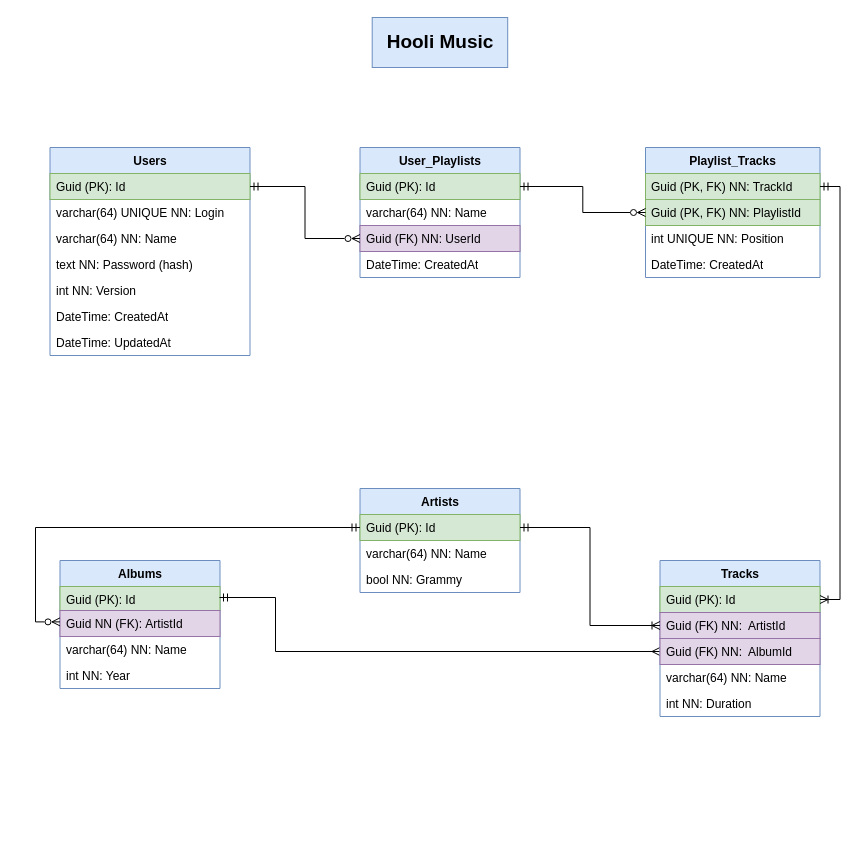
The draw.io diagram Hooli_Music.drawio in Nikolas321654/Hooli_library, before the edit. Source tidied: cells renumbered, new cells numbered last; positions are measured from the earlier drawing's top-left corner, leaving out a move shared by most shapes. Both pictures are drawn from the tidied source at 100%, with x=0, y=0 at pixel (35, 17).
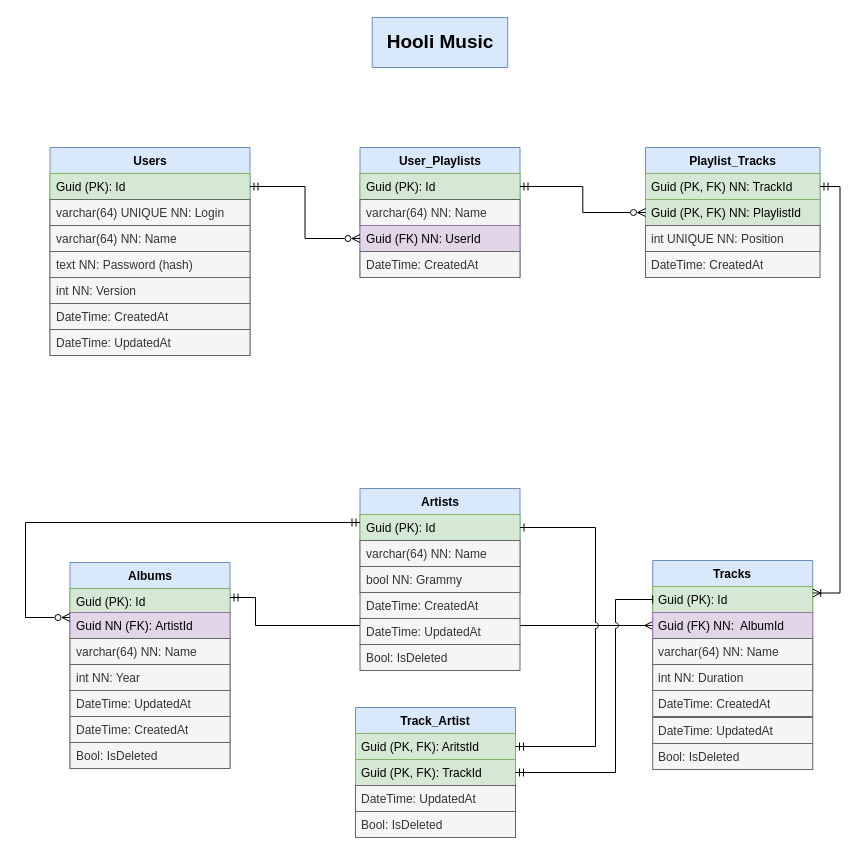
The same page after the edit.

Unchanged cells that the change refers to:
```xml
<mxCell id="2" value="&lt;b&gt;Users&lt;/b&gt;" style="swimlane;fontStyle=1;align=center;verticalAlign=top;horizontal=1;startSize=26;whiteSpace=wrap;html=1;fillColor=#dae8fc;strokeColor=#6c8ebf;" parent="1" vertex="1">
  <mxGeometry x="14.5" y="130" width="200" height="208" as="geometry" />
</mxCell>
<mxCell id="3" value="Guid (PK): Id" style="text;strokeColor=#82b366;fillColor=#d5e8d4;align=left;verticalAlign=top;spacingLeft=4;spacingRight=4;overflow=hidden;points=[[0,0.5],[1,0.5]];portConstraint=eastwest;whiteSpace=wrap;html=1;" parent="2" vertex="1">
  <mxGeometry y="26" width="200" height="26" as="geometry" />
</mxCell>
<mxCell id="11" value="Guid (PK): Id" style="text;strokeColor=#82b366;fillColor=#d5e8d4;align=left;verticalAlign=top;spacingLeft=4;spacingRight=4;overflow=hidden;points=[[0,0.5],[1,0.5]];portConstraint=eastwest;whiteSpace=wrap;html=1;" parent="10" vertex="1">
  <mxGeometry y="26" width="160" height="24" as="geometry" />
</mxCell>
<mxCell id="12" value="Guid NN&amp;nbsp;(FK):&amp;nbsp;ArtistId" style="text;strokeColor=#9673a6;fillColor=#e1d5e7;align=left;verticalAlign=top;spacingLeft=4;spacingRight=4;overflow=hidden;points=[[0,0.5],[1,0.5]];portConstraint=eastwest;whiteSpace=wrap;html=1;" parent="10" vertex="1">
  <mxGeometry y="50" width="160" height="26" as="geometry" />
</mxCell>
<mxCell id="15" value="&lt;b&gt;Artists&lt;/b&gt;" style="swimlane;fontStyle=1;align=center;verticalAlign=top;horizontal=1;startSize=26;whiteSpace=wrap;html=1;fillColor=#dae8fc;strokeColor=#6c8ebf;" parent="1" vertex="1">
  <mxGeometry x="324.5" y="471" width="160" height="104" as="geometry" />
</mxCell>
<mxCell id="16" value="Guid (PK): Id" style="text;strokeColor=#82b366;fillColor=#d5e8d4;align=left;verticalAlign=top;spacingLeft=4;spacingRight=4;overflow=hidden;points=[[0,0.5],[1,0.5]];portConstraint=eastwest;whiteSpace=wrap;html=1;" parent="15" vertex="1">
  <mxGeometry y="26" width="160" height="26" as="geometry" />
</mxCell>
<mxCell id="21" value="Guid (PK): Id" style="text;strokeColor=#82b366;fillColor=#d5e8d4;align=left;verticalAlign=top;spacingLeft=4;spacingRight=4;overflow=hidden;points=[[0,0.5],[1,0.5]];portConstraint=eastwest;whiteSpace=wrap;html=1;" parent="20" vertex="1">
  <mxGeometry y="26" width="160" height="26" as="geometry" />
</mxCell>
<mxCell id="26" value="&lt;b&gt;User&lt;/b&gt;&lt;span style=&quot;font-weight: normal;&quot;&gt;_&lt;/span&gt;&lt;b&gt;Playlists&lt;/b&gt;" style="swimlane;fontStyle=1;align=center;verticalAlign=top;horizontal=1;startSize=26;whiteSpace=wrap;html=1;fillColor=#dae8fc;strokeColor=#6c8ebf;" parent="1" vertex="1">
  <mxGeometry x="324.5" y="130" width="160" height="130" as="geometry" />
</mxCell>
<mxCell id="27" value="Guid (PK): Id" style="text;strokeColor=#82b366;fillColor=#d5e8d4;align=left;verticalAlign=top;spacingLeft=4;spacingRight=4;overflow=hidden;points=[[0,0.5],[1,0.5]];portConstraint=eastwest;whiteSpace=wrap;html=1;" parent="26" vertex="1">
  <mxGeometry y="26" width="160" height="26" as="geometry" />
</mxCell>
<mxCell id="29" value="Guid (FK) NN: UserId" style="text;strokeColor=#9673a6;fillColor=#e1d5e7;align=left;verticalAlign=top;spacingLeft=4;spacingRight=4;overflow=hidden;points=[[0,0.5],[1,0.5]];portConstraint=eastwest;whiteSpace=wrap;html=1;" parent="26" vertex="1">
  <mxGeometry y="78" width="160" height="26" as="geometry" />
</mxCell>
<mxCell id="32" value="Guid (PK, FK) NN: TrackId" style="text;strokeColor=#82b366;fillColor=#d5e8d4;align=left;verticalAlign=top;spacingLeft=4;spacingRight=4;overflow=hidden;points=[[0,0.5],[1,0.5]];portConstraint=eastwest;whiteSpace=wrap;html=1;" parent="31" vertex="1">
  <mxGeometry y="26" width="174.5" height="26" as="geometry" />
</mxCell>
<mxCell id="33" value="Guid (PK, FK) NN: PlaylistId" style="text;strokeColor=#82b366;fillColor=#d5e8d4;align=left;verticalAlign=top;spacingLeft=4;spacingRight=4;overflow=hidden;points=[[0,0.5],[1,0.5]];portConstraint=eastwest;whiteSpace=wrap;html=1;" parent="31" vertex="1">
  <mxGeometry y="52" width="174.5" height="26" as="geometry" />
</mxCell>
```

The edit, as a diff of the source:
```diff
@@
-    <mxCell id="4" value="varchar(64)&amp;nbsp;UNIQUE NN: Login" style="text;strokeColor=none;fillColor=none;align=left;verticalAlign=top;spacingLeft=4;spacingRight=4;overflow=hidden;whiteSpace=wrap;html=1;" parent="2" vertex="1">
+    <mxCell id="4" value="varchar(64)&amp;nbsp;UNIQUE NN: Login" style="text;align=left;verticalAlign=top;spacingLeft=4;spacingRight=4;overflow=hidden;whiteSpace=wrap;html=1;fillColor=#f5f5f5;fontColor=#333333;strokeColor=#666666;" parent="2" vertex="1">
       <mxGeometry y="52" width="200" height="26" as="geometry" />
     </mxCell>
-    <mxCell id="5" value="varchar(64) NN: Name" style="text;strokeColor=none;fillColor=none;align=left;verticalAlign=top;spacingLeft=4;spacingRight=4;overflow=hidden;whiteSpace=wrap;html=1;" parent="2" vertex="1">
+    <mxCell id="5" value="varchar(64) NN: Name" style="text;align=left;verticalAlign=top;spacingLeft=4;spacingRight=4;overflow=hidden;whiteSpace=wrap;html=1;fillColor=#f5f5f5;fontColor=#333333;strokeColor=#666666;" parent="2" vertex="1">
       <mxGeometry y="78" width="200" height="26" as="geometry" />
     </mxCell>
-    <mxCell id="6" value="text NN: Password (hash)" style="text;strokeColor=none;fillColor=none;align=left;verticalAlign=top;spacingLeft=4;spacingRight=4;overflow=hidden;whiteSpace=wrap;html=1;" parent="2" vertex="1">
+    <mxCell id="6" value="text NN: Password (hash)" style="text;align=left;verticalAlign=top;spacingLeft=4;spacingRight=4;overflow=hidden;whiteSpace=wrap;html=1;fillColor=#f5f5f5;fontColor=#333333;strokeColor=#666666;" parent="2" vertex="1">
       <mxGeometry y="104" width="200" height="26" as="geometry" />
     </mxCell>
-    <mxCell id="7" value="int NN: Version" style="text;strokeColor=none;fillColor=none;align=left;verticalAlign=top;spacingLeft=4;spacingRight=4;overflow=hidden;whiteSpace=wrap;html=1;" parent="2" vertex="1">
+    <mxCell id="7" value="int NN: Version" style="text;align=left;verticalAlign=top;spacingLeft=4;spacingRight=4;overflow=hidden;whiteSpace=wrap;html=1;fillColor=#f5f5f5;fontColor=#333333;strokeColor=#666666;" parent="2" vertex="1">
       <mxGeometry y="130" width="200" height="26" as="geometry" />
     </mxCell>
-    <mxCell id="8" value="DateTime: CreatedAt" style="text;strokeColor=none;fillColor=none;align=left;verticalAlign=top;spacingLeft=4;spacingRight=4;overflow=hidden;whiteSpace=wrap;html=1;" parent="2" vertex="1">
+    <mxCell id="8" value="DateTime: CreatedAt" style="text;align=left;verticalAlign=top;spacingLeft=4;spacingRight=4;overflow=hidden;whiteSpace=wrap;html=1;fillColor=#f5f5f5;fontColor=#333333;strokeColor=#666666;" parent="2" vertex="1">
       <mxGeometry y="156" width="200" height="26" as="geometry" />
     </mxCell>
-    <mxCell id="9" value="DateTime: UpdatedAt" style="text;strokeColor=none;fillColor=none;align=left;verticalAlign=top;spacingLeft=4;spacingRight=4;overflow=hidden;whiteSpace=wrap;html=1;" parent="2" vertex="1">
+    <mxCell id="9" value="DateTime: UpdatedAt" style="text;align=left;verticalAlign=top;spacingLeft=4;spacingRight=4;overflow=hidden;whiteSpace=wrap;html=1;fillColor=#f5f5f5;fontColor=#333333;strokeColor=#666666;" parent="2" vertex="1">
       <mxGeometry y="182" width="200" height="26" as="geometry" />
     </mxCell>
     <mxCell id="10" value="&lt;b&gt;Albums&lt;/b&gt;" style="swimlane;fontStyle=1;align=center;verticalAlign=top;horizontal=1;startSize=26;whiteSpace=wrap;html=1;fillColor=#dae8fc;strokeColor=#6c8ebf;" parent="1" vertex="1">
-      <mxGeometry x="24.5" y="543" width="160" height="128" as="geometry" />
+      <mxGeometry x="34.5" y="545" width="160" height="206" as="geometry" />
     </mxCell>
@@
-    <mxCell id="13" value="varchar(64) NN: Name" style="text;strokeColor=none;fillColor=none;align=left;verticalAlign=top;spacingLeft=4;spacingRight=4;overflow=hidden;whiteSpace=wrap;html=1;" parent="10" vertex="1">
+    <mxCell id="13" value="varchar(64) NN: Name" style="text;align=left;verticalAlign=top;spacingLeft=4;spacingRight=4;overflow=hidden;whiteSpace=wrap;html=1;fillColor=#f5f5f5;fontColor=#333333;strokeColor=#666666;" parent="10" vertex="1">
       <mxGeometry y="76" width="160" height="26" as="geometry" />
     </mxCell>
-    <mxCell id="14" value="int NN: Year" style="text;strokeColor=none;fillColor=none;align=left;verticalAlign=top;spacingLeft=4;spacingRight=4;overflow=hidden;whiteSpace=wrap;html=1;" parent="10" vertex="1">
+    <mxCell id="14" value="int NN: Year" style="text;align=left;verticalAlign=top;spacingLeft=4;spacingRight=4;overflow=hidden;whiteSpace=wrap;html=1;fillColor=#f5f5f5;fontColor=#333333;strokeColor=#666666;" parent="10" vertex="1">
       <mxGeometry y="102" width="160" height="26" as="geometry" />
     </mxCell>
+    <mxCell id="42" value="DateTime: UpdatedAt" style="text;align=left;verticalAlign=top;spacingLeft=4;spacingRight=4;overflow=hidden;whiteSpace=wrap;html=1;fillColor=#f5f5f5;fontColor=#333333;strokeColor=#666666;" parent="10" vertex="1">
+      <mxGeometry y="128" width="160" height="26" as="geometry" />
+    </mxCell>
+    <mxCell id="43" value="DateTime: CreatedAt" style="text;align=left;verticalAlign=top;spacingLeft=4;spacingRight=4;overflow=hidden;whiteSpace=wrap;html=1;fillColor=#f5f5f5;fontColor=#333333;strokeColor=#666666;" parent="10" vertex="1">
+      <mxGeometry y="154" width="160" height="26" as="geometry" />
+    </mxCell>
+    <mxCell id="44" value="Bool: IsDeleted" style="text;align=left;verticalAlign=top;spacingLeft=4;spacingRight=4;overflow=hidden;whiteSpace=wrap;html=1;fillColor=#f5f5f5;fontColor=#333333;strokeColor=#666666;" parent="10" vertex="1">
+      <mxGeometry y="180" width="160" height="26" as="geometry" />
+    </mxCell>
@@
-    <mxCell id="17" value="varchar(64) NN: Name" style="text;strokeColor=none;fillColor=none;align=left;verticalAlign=top;spacingLeft=4;spacingRight=4;overflow=hidden;whiteSpace=wrap;html=1;" parent="15" vertex="1">
+    <mxCell id="17" value="varchar(64) NN: Name" style="text;strokeColor=#666666;fillColor=#f5f5f5;align=left;verticalAlign=top;spacingLeft=4;spacingRight=4;overflow=hidden;whiteSpace=wrap;html=1;fontColor=#333333;" parent="15" vertex="1">
       <mxGeometry y="52" width="160" height="26" as="geometry" />
     </mxCell>
-    <mxCell id="18" value="bool NN: Grammy" style="text;strokeColor=none;fillColor=none;align=left;verticalAlign=top;spacingLeft=4;spacingRight=4;overflow=hidden;whiteSpace=wrap;html=1;" parent="15" vertex="1">
+    <mxCell id="18" value="bool NN: Grammy" style="text;strokeColor=#666666;fillColor=#f5f5f5;align=left;verticalAlign=top;spacingLeft=4;spacingRight=4;overflow=hidden;whiteSpace=wrap;html=1;fontColor=#333333;" parent="15" vertex="1">
       <mxGeometry y="78" width="160" height="26" as="geometry" />
     </mxCell>
-    <mxCell id="19" style="edgeStyle=orthogonalEdgeStyle;rounded=0;jettySize=auto;html=1;exitX=0;exitY=0.5;exitDx=0;exitDy=0;startArrow=ERmany;startFill=0;endArrow=ERmandOne;endFill=0;" parent="1" edge="1" source="23">
+    <mxCell id="19" style="edgeStyle=orthogonalEdgeStyle;rounded=0;jettySize=auto;html=1;exitX=0;exitY=0.5;exitDx=0;exitDy=0;startArrow=ERmany;startFill=0;endArrow=ERmandOne;endFill=0;jumpStyle=arc;" parent="1" edge="1" source="23" target="11">
       <mxGeometry relative="1" as="geometry">
-        <mxPoint x="184" y="580" as="targetPoint" />
         <Array as="points">
-          <mxPoint x="240" y="634" />
-          <mxPoint x="240" y="580" />
-          <mxPoint x="185" y="580" />
+          <mxPoint x="220" y="608" />
+          <mxPoint x="220" y="580" />
         </Array>
       </mxGeometry>
     </mxCell>
     <mxCell id="20" value="&lt;b&gt;Tracks&lt;/b&gt;" style="swimlane;fontStyle=1;align=center;verticalAlign=top;horizontal=1;startSize=26;whiteSpace=wrap;html=1;fillColor=#dae8fc;strokeColor=#6c8ebf;" parent="1" vertex="1">
-      <mxGeometry x="624.5" y="543" width="160" height="156" as="geometry" />
+      <mxGeometry x="617.2" y="543" width="160" height="130" as="geometry" />
     </mxCell>
@@
-    <mxCell id="22" value="Guid (FK) NN:&amp;nbsp; ArtistId" style="text;strokeColor=#9673a6;fillColor=#e1d5e7;align=left;verticalAlign=top;spacingLeft=4;spacingRight=4;overflow=hidden;points=[[0,0.5],[1,0.5]];portConstraint=eastwest;whiteSpace=wrap;html=1;" parent="20" vertex="1">
-      <mxGeometry y="52" width="160" height="26" as="geometry" />
-    </mxCell>
     <mxCell id="23" value="Guid (FK) NN:&amp;nbsp; AlbumId" style="text;strokeColor=#9673a6;fillColor=#e1d5e7;align=left;verticalAlign=top;spacingLeft=4;spacingRight=4;overflow=hidden;points=[[0,0.5],[1,0.5]];portConstraint=eastwest;whiteSpace=wrap;html=1;" parent="20" vertex="1">
-      <mxGeometry y="78" width="160" height="26" as="geometry" />
+      <mxGeometry y="52" width="160" height="26" as="geometry" />
     </mxCell>
-    <mxCell id="24" value="varchar(64) NN: Name" style="text;strokeColor=none;fillColor=none;align=left;verticalAlign=top;spacingLeft=4;spacingRight=4;overflow=hidden;whiteSpace=wrap;html=1;" parent="20" vertex="1">
-      <mxGeometry y="104" width="160" height="26" as="geometry" />
+    <mxCell id="24" value="varchar(64) NN: Name" style="text;strokeColor=#666666;fillColor=#f5f5f5;align=left;verticalAlign=top;spacingLeft=4;spacingRight=4;overflow=hidden;whiteSpace=wrap;html=1;fontColor=#333333;" parent="20" vertex="1">
+      <mxGeometry y="78" width="160" height="26" as="geometry" />
     </mxCell>
-    <mxCell id="25" value="int NN: Duration" style="text;strokeColor=none;fillColor=none;align=left;verticalAlign=top;spacingLeft=4;spacingRight=4;overflow=hidden;whiteSpace=wrap;html=1;" parent="20" vertex="1">
-      <mxGeometry y="130" width="160" height="26" as="geometry" />
+    <mxCell id="25" value="int NN: Duration" style="text;strokeColor=#666666;fillColor=#f5f5f5;align=left;verticalAlign=top;spacingLeft=4;spacingRight=4;overflow=hidden;whiteSpace=wrap;html=1;fontColor=#333333;" parent="20" vertex="1">
+      <mxGeometry y="104" width="160" height="26" as="geometry" />
     </mxCell>
@@
-    <mxCell id="28" value="varchar(64) NN: Name" style="text;strokeColor=none;fillColor=none;align=left;verticalAlign=top;spacingLeft=4;spacingRight=4;overflow=hidden;whiteSpace=wrap;html=1;" parent="26" vertex="1">
+    <mxCell id="28" value="varchar(64) NN: Name" style="text;align=left;verticalAlign=top;spacingLeft=4;spacingRight=4;overflow=hidden;whiteSpace=wrap;html=1;fillColor=#f5f5f5;fontColor=#333333;strokeColor=#666666;" parent="26" vertex="1">
       <mxGeometry y="52" width="160" height="26" as="geometry" />
     </mxCell>
@@
-    <mxCell id="30" value="DateTime: CreatedAt" style="text;strokeColor=none;fillColor=none;align=left;verticalAlign=top;spacingLeft=4;spacingRight=4;overflow=hidden;whiteSpace=wrap;html=1;" parent="26" vertex="1">
+    <mxCell id="30" value="DateTime: CreatedAt" style="text;align=left;verticalAlign=top;spacingLeft=4;spacingRight=4;overflow=hidden;whiteSpace=wrap;html=1;fillColor=#f5f5f5;fontColor=#333333;strokeColor=#666666;" parent="26" vertex="1">
       <mxGeometry y="104" width="160" height="26" as="geometry" />
     </mxCell>
     <mxCell id="31" value="&lt;b&gt;Playlist_Tracks&lt;/b&gt;" style="swimlane;fontStyle=1;align=center;verticalAlign=top;horizontal=1;startSize=26;whiteSpace=wrap;html=1;fillColor=#dae8fc;strokeColor=#6c8ebf;" parent="1" vertex="1">
-      <mxGeometry x="610" y="130" width="174.5" height="130" as="geometry" />
+      <mxGeometry x="610" y="130" width="174.5" height="104" as="geometry" />
     </mxCell>
@@
-    <mxCell id="34" value="int&amp;nbsp;UNIQUE NN: Position" style="text;strokeColor=none;fillColor=none;align=left;verticalAlign=top;spacingLeft=4;spacingRight=4;overflow=hidden;whiteSpace=wrap;html=1;" parent="31" vertex="1">
+    <mxCell id="34" value="int&amp;nbsp;UNIQUE NN: Position" style="text;align=left;verticalAlign=top;spacingLeft=4;spacingRight=4;overflow=hidden;whiteSpace=wrap;html=1;fillColor=#f5f5f5;fontColor=#333333;strokeColor=#666666;" parent="31" vertex="1">
       <mxGeometry y="78" width="174.5" height="26" as="geometry" />
     </mxCell>
-    <mxCell id="35" value="DateTime: CreatedAt" style="text;strokeColor=none;fillColor=none;align=left;verticalAlign=top;spacingLeft=4;spacingRight=4;overflow=hidden;whiteSpace=wrap;html=1;" parent="31" vertex="1">
-      <mxGeometry y="104" width="174.5" height="26" as="geometry" />
-    </mxCell>
@@
-    <mxCell id="37" style="edgeStyle=orthogonalEdgeStyle;rounded=0;jettySize=auto;html=1;entryX=1;entryY=0.5;entryDx=0;entryDy=0;startArrow=ERzeroToMany;startFill=0;endArrow=ERmandOne;endFill=0;" parent="1" edge="1" source="29" target="3">
+    <mxCell id="37" style="edgeStyle=orthogonalEdgeStyle;rounded=0;jettySize=auto;html=1;entryX=1;entryY=0.5;entryDx=0;entryDy=0;startArrow=ERzeroToMany;startFill=0;endArrow=ERmandOne;endFill=0;jumpStyle=arc;" parent="1" edge="1" source="29" target="3">
       <mxGeometry relative="1" as="geometry" />
     </mxCell>
-    <mxCell id="38" style="edgeStyle=orthogonalEdgeStyle;rounded=0;jettySize=auto;html=1;entryX=1;entryY=0.25;entryDx=0;entryDy=0;exitX=1;exitY=0.5;exitDx=0;exitDy=0;startArrow=ERmandOne;startFill=0;endArrow=ERoneToMany;endFill=0;" parent="1" edge="1" source="32" target="20">
+    <mxCell id="38" style="edgeStyle=orthogonalEdgeStyle;rounded=0;jettySize=auto;html=1;entryX=1;entryY=0.25;entryDx=0;entryDy=0;exitX=1;exitY=0.5;exitDx=0;exitDy=0;startArrow=ERmandOne;startFill=0;endArrow=ERoneToMany;endFill=0;jumpStyle=arc;" parent="1" edge="1" source="32" target="20">
       <mxGeometry relative="1" as="geometry" />
     </mxCell>
-    <mxCell id="39" style="edgeStyle=orthogonalEdgeStyle;rounded=0;jettySize=auto;html=1;entryX=1;entryY=0.5;entryDx=0;entryDy=0;startArrow=ERoneToMany;startFill=0;endArrow=ERmandOne;endFill=0;" parent="1" edge="1" source="22" target="16">
-      <mxGeometry relative="1" as="geometry" />
-    </mxCell>
-    <mxCell id="40" style="edgeStyle=orthogonalEdgeStyle;rounded=0;jettySize=auto;html=1;exitX=0;exitY=0.438;exitDx=0;exitDy=0;startArrow=ERzeroToMany;startFill=0;endArrow=ERmandOne;endFill=0;exitPerimeter=0;entryX=0;entryY=0.5;entryDx=0;entryDy=0;" parent="1" edge="1" source="12" target="16">
+    <mxCell id="40" style="edgeStyle=orthogonalEdgeStyle;rounded=0;jettySize=auto;html=1;startArrow=ERzeroToMany;startFill=0;endArrow=ERmandOne;endFill=0;entryX=0;entryY=0.5;entryDx=0;entryDy=0;jumpStyle=arc;" parent="1" edge="1" source="12">
       <mxGeometry relative="1" as="geometry">
+        <mxPoint x="324.5" y="505" as="targetPoint" />
         <Array as="points">
-          <mxPoint y="604" />
-          <mxPoint y="510" />
+          <mxPoint x="-10" y="600" />
+          <mxPoint x="-10" y="505" />
         </Array>
       </mxGeometry>
     </mxCell>
-    <mxCell id="41" style="edgeStyle=orthogonalEdgeStyle;rounded=0;jettySize=auto;html=1;exitX=0;exitY=0.5;exitDx=0;exitDy=0;entryX=1;entryY=0.5;entryDx=0;entryDy=0;startArrow=ERzeroToMany;startFill=0;endArrow=ERmandOne;endFill=0;" parent="1" edge="1" source="33" target="27">
+    <mxCell id="41" style="edgeStyle=orthogonalEdgeStyle;rounded=0;jettySize=auto;html=1;exitX=0;exitY=0.5;exitDx=0;exitDy=0;entryX=1;entryY=0.5;entryDx=0;entryDy=0;startArrow=ERzeroToMany;startFill=0;endArrow=ERmandOne;endFill=0;jumpStyle=arc;" parent="1" edge="1" source="33" target="27">
       <mxGeometry relative="1" as="geometry" />
     </mxCell>
+    <mxCell id="45" value="&lt;b&gt;Track_Artist&lt;/b&gt;" style="swimlane;fontStyle=1;align=center;verticalAlign=top;horizontal=1;startSize=26;whiteSpace=wrap;html=1;fillColor=#dae8fc;strokeColor=#6c8ebf;" parent="1" vertex="1">
+      <mxGeometry x="320" y="690" width="160" height="130" as="geometry" />
+    </mxCell>
+    <mxCell id="46" value="Guid (PK, FK): AritstId" style="text;strokeColor=#82b366;fillColor=#d5e8d4;align=left;verticalAlign=top;spacingLeft=4;spacingRight=4;overflow=hidden;points=[[0,0.5],[1,0.5]];portConstraint=eastwest;whiteSpace=wrap;html=1;" parent="45" vertex="1">
+      <mxGeometry y="26" width="160" height="26" as="geometry" />
+    </mxCell>
+    <mxCell id="47" value="Guid (PK, FK): TrackId" style="text;strokeColor=#82b366;fillColor=#d5e8d4;align=left;verticalAlign=top;spacingLeft=4;spacingRight=4;overflow=hidden;points=[[0,0.5],[1,0.5]];portConstraint=eastwest;whiteSpace=wrap;html=1;" parent="45" vertex="1">
+      <mxGeometry y="52" width="160" height="26" as="geometry" />
+    </mxCell>
+    <mxCell id="48" value="DateTime: UpdatedAt" style="text;align=left;verticalAlign=top;spacingLeft=4;spacingRight=4;overflow=hidden;whiteSpace=wrap;html=1;fillColor=#f5f5f5;fontColor=#333333;strokeColor=#666666;" parent="45" vertex="1">
+      <mxGeometry y="78" width="160" height="26" as="geometry" />
+    </mxCell>
+    <mxCell id="49" value="Bool: IsDeleted" style="text;align=left;verticalAlign=top;spacingLeft=4;spacingRight=4;overflow=hidden;whiteSpace=wrap;html=1;fillColor=#f5f5f5;fontColor=#333333;strokeColor=#666666;" parent="45" vertex="1">
+      <mxGeometry y="104" width="160" height="26" as="geometry" />
+    </mxCell>
+    <mxCell id="50" style="edgeStyle=orthogonalEdgeStyle;rounded=0;orthogonalLoop=1;jettySize=auto;html=1;exitX=1;exitY=0.5;exitDx=0;exitDy=0;" parent="45" edge="1" source="46" target="46">
+      <mxGeometry relative="1" as="geometry" />
+    </mxCell>
+    <mxCell id="51" style="edgeStyle=orthogonalEdgeStyle;rounded=0;jettySize=auto;html=1;entryX=1;entryY=0.5;entryDx=0;entryDy=0;startArrow=baseDash;startFill=0;endArrow=ERmandOne;endFill=0;exitX=0;exitY=0.5;exitDx=0;exitDy=0;jumpStyle=arc;" parent="1" edge="1" source="21" target="47">
+      <mxGeometry relative="1" as="geometry">
+        <Array as="points">
+          <mxPoint x="580" y="582" />
+          <mxPoint x="580" y="755" />
+        </Array>
+      </mxGeometry>
+    </mxCell>
+    <mxCell id="52" style="edgeStyle=orthogonalEdgeStyle;rounded=0;jettySize=auto;html=1;endArrow=ERmandOne;endFill=0;startArrow=ERone;startFill=0;exitX=1;exitY=0.5;exitDx=0;exitDy=0;jumpStyle=arc;" parent="1" edge="1" source="16" target="46">
+      <mxGeometry relative="1" as="geometry">
+        <Array as="points">
+          <mxPoint x="560" y="510" />
+          <mxPoint x="560" y="729" />
+        </Array>
+      </mxGeometry>
+    </mxCell>
+    <mxCell id="53" value="DateTime: CreatedAt" style="text;align=left;verticalAlign=top;spacingLeft=4;spacingRight=4;overflow=hidden;whiteSpace=wrap;html=1;fillColor=#f5f5f5;fontColor=#333333;strokeColor=#666666;" parent="1" vertex="1">
+      <mxGeometry x="324.5" y="575" width="160" height="26" as="geometry" />
+    </mxCell>
+    <mxCell id="54" value="DateTime: UpdatedAt" style="text;align=left;verticalAlign=top;spacingLeft=4;spacingRight=4;overflow=hidden;whiteSpace=wrap;html=1;fillColor=#f5f5f5;fontColor=#333333;strokeColor=#666666;" parent="1" vertex="1">
+      <mxGeometry x="324.5" y="601" width="160" height="26" as="geometry" />
+    </mxCell>
+    <mxCell id="55" value="Bool: IsDeleted" style="text;align=left;verticalAlign=top;spacingLeft=4;spacingRight=4;overflow=hidden;whiteSpace=wrap;html=1;fillColor=#f5f5f5;fontColor=#333333;strokeColor=#666666;" parent="1" vertex="1">
+      <mxGeometry x="324.5" y="627" width="160" height="26" as="geometry" />
+    </mxCell>
+    <mxCell id="56" value="DateTime: UpdatedAt" style="text;align=left;verticalAlign=top;spacingLeft=4;spacingRight=4;overflow=hidden;whiteSpace=wrap;html=1;fillColor=#f5f5f5;fontColor=#333333;strokeColor=#666666;" parent="1" vertex="1">
+      <mxGeometry x="617.2" y="700" width="160" height="26" as="geometry" />
+    </mxCell>
+    <mxCell id="57" value="Bool: IsDeleted" style="text;align=left;verticalAlign=top;spacingLeft=4;spacingRight=4;overflow=hidden;whiteSpace=wrap;html=1;fillColor=#f5f5f5;fontColor=#333333;strokeColor=#666666;" parent="1" vertex="1">
+      <mxGeometry x="617.2" y="726" width="160" height="26" as="geometry" />
+    </mxCell>
+    <mxCell id="58" value="DateTime: CreatedAt" style="text;strokeColor=#666666;fillColor=#f5f5f5;align=left;verticalAlign=top;spacingLeft=4;spacingRight=4;overflow=hidden;whiteSpace=wrap;html=1;fontColor=#333333;" parent="1" vertex="1">
+      <mxGeometry x="617.2" y="673" width="160" height="26" as="geometry" />
+    </mxCell>
+    <mxCell id="35" value="DateTime: CreatedAt" style="text;align=left;verticalAlign=top;spacingLeft=4;spacingRight=4;overflow=hidden;whiteSpace=wrap;html=1;fillColor=#f5f5f5;fontColor=#333333;strokeColor=#666666;" parent="1" vertex="1">
+      <mxGeometry x="610" y="234" width="174.5" height="26" as="geometry" />
+    </mxCell>
```
